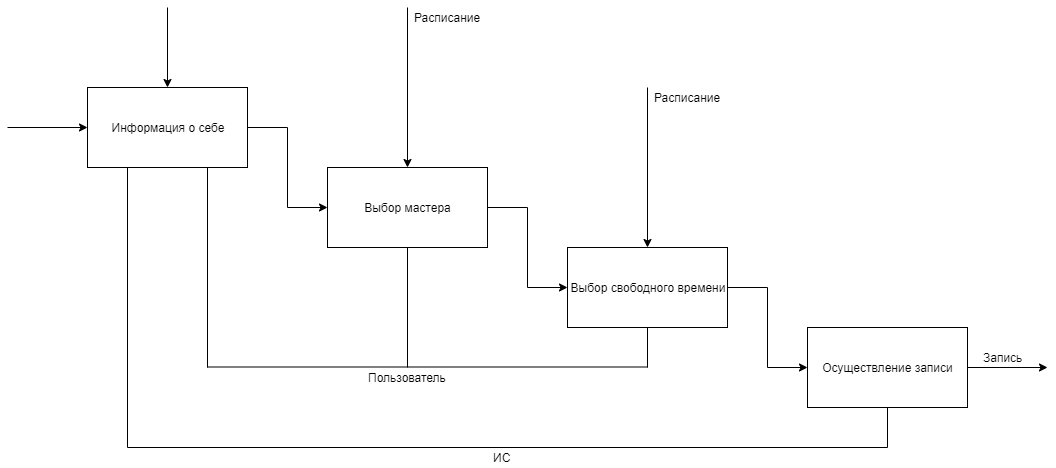
Above: Диаграммы/IDEF0 1ур после автоматизации.png in AntonRakov/vkr (draw.io), before the change. Source tidied: cells renumbered, new cells last; positions are measured from the earlier drawing's top-left corner, leaving out a move shared by most shapes. Source of this version:
```xml
<mxGraphModel>
  <root>
    <mxCell id="0" />
    <mxCell id="1" parent="0" />
    <mxCell id="2" style="edgeStyle=orthogonalEdgeStyle;rounded=0;jettySize=auto;html=1;exitX=1;exitY=0.5;exitDx=0;exitDy=0;entryX=0;entryY=0.5;entryDx=0;entryDy=0;" parent="1" edge="1" source="7" target="11">
      <mxGeometry relative="1" as="geometry" />
    </mxCell>
    <mxCell id="3" style="edgeStyle=orthogonalEdgeStyle;rounded=0;jettySize=auto;html=1;exitX=0;exitY=0.5;exitDx=0;exitDy=0;startArrow=classic;startFill=1;endArrow=none;endFill=0;" parent="1" edge="1" source="7">
      <mxGeometry relative="1" as="geometry">
        <mxPoint y="120" as="targetPoint" />
      </mxGeometry>
    </mxCell>
    <mxCell id="4" style="edgeStyle=orthogonalEdgeStyle;rounded=0;jettySize=auto;html=1;exitX=0.5;exitY=0;exitDx=0;exitDy=0;startArrow=classic;startFill=1;endArrow=none;endFill=0;" parent="1" edge="1" source="7">
      <mxGeometry relative="1" as="geometry">
        <mxPoint x="160" as="targetPoint" />
      </mxGeometry>
    </mxCell>
    <mxCell id="5" style="edgeStyle=orthogonalEdgeStyle;rounded=0;orthogonalLoop=1;jettySize=auto;html=1;exitX=0.5;exitY=1;exitDx=0;exitDy=0;startArrow=none;startFill=0;endArrow=none;endFill=0;" parent="1" edge="1">
      <mxGeometry relative="1" as="geometry">
        <mxPoint x="120" y="160" as="sourcePoint" />
        <mxPoint x="120" y="440" as="targetPoint" />
      </mxGeometry>
    </mxCell>
    <mxCell id="6" style="edgeStyle=orthogonalEdgeStyle;rounded=0;jettySize=auto;html=1;exitX=0.75;exitY=1;exitDx=0;exitDy=0;startArrow=none;startFill=0;endArrow=none;endFill=0;" parent="1" edge="1" source="7">
      <mxGeometry relative="1" as="geometry">
        <mxPoint x="200" y="360" as="targetPoint" />
      </mxGeometry>
    </mxCell>
    <mxCell id="7" value="Информация о себе" style="rounded=0;whiteSpace=wrap;html=1;" parent="1" vertex="1">
      <mxGeometry x="80" y="80" width="160" height="80" as="geometry" />
    </mxCell>
    <mxCell id="8" style="edgeStyle=orthogonalEdgeStyle;rounded=0;jettySize=auto;html=1;exitX=1;exitY=0.5;exitDx=0;exitDy=0;entryX=0;entryY=0.5;entryDx=0;entryDy=0;" parent="1" edge="1" source="11" target="14">
      <mxGeometry relative="1" as="geometry" />
    </mxCell>
    <mxCell id="9" style="edgeStyle=orthogonalEdgeStyle;rounded=0;jettySize=auto;html=1;exitX=0.5;exitY=0;exitDx=0;exitDy=0;startArrow=classic;startFill=1;endArrow=none;endFill=0;" parent="1" edge="1" source="11">
      <mxGeometry relative="1" as="geometry">
        <mxPoint x="400" as="targetPoint" />
      </mxGeometry>
    </mxCell>
    <mxCell id="10" style="edgeStyle=orthogonalEdgeStyle;rounded=0;jettySize=auto;html=1;startArrow=none;startFill=0;endArrow=none;endFill=0;" parent="1" edge="1" source="11">
      <mxGeometry relative="1" as="geometry">
        <mxPoint x="400" y="360" as="targetPoint" />
      </mxGeometry>
    </mxCell>
    <mxCell id="11" value="Выбор мастера" style="rounded=0;whiteSpace=wrap;html=1;" parent="1" vertex="1">
      <mxGeometry x="320" y="160" width="160" height="80" as="geometry" />
    </mxCell>
    <mxCell id="12" style="edgeStyle=orthogonalEdgeStyle;rounded=0;jettySize=auto;html=1;exitX=1;exitY=0.5;exitDx=0;exitDy=0;entryX=0;entryY=0.5;entryDx=0;entryDy=0;" parent="1" edge="1" source="14" target="17">
      <mxGeometry relative="1" as="geometry" />
    </mxCell>
    <mxCell id="13" style="edgeStyle=orthogonalEdgeStyle;rounded=0;jettySize=auto;html=1;startArrow=none;startFill=0;endArrow=none;endFill=0;" parent="1" edge="1" source="14">
      <mxGeometry relative="1" as="geometry">
        <mxPoint x="640" y="360" as="targetPoint" />
      </mxGeometry>
    </mxCell>
    <mxCell id="14" value="Выбор свободного времени" style="rounded=0;whiteSpace=wrap;html=1;" parent="1" vertex="1">
      <mxGeometry x="560" y="240" width="160" height="80" as="geometry" />
    </mxCell>
    <mxCell id="15" style="edgeStyle=orthogonalEdgeStyle;rounded=0;jettySize=auto;html=1;exitX=1;exitY=0.5;exitDx=0;exitDy=0;startArrow=none;startFill=0;endArrow=classic;endFill=1;" parent="1" edge="1" source="17">
      <mxGeometry relative="1" as="geometry">
        <mxPoint x="1040" y="360" as="targetPoint" />
      </mxGeometry>
    </mxCell>
    <mxCell id="16" style="edgeStyle=orthogonalEdgeStyle;rounded=0;jettySize=auto;html=1;startArrow=none;startFill=0;endArrow=none;endFill=0;" parent="1" edge="1" source="17">
      <mxGeometry relative="1" as="geometry">
        <mxPoint x="880" y="440" as="targetPoint" />
      </mxGeometry>
    </mxCell>
    <mxCell id="17" value="Осуществление записи" style="rounded=0;whiteSpace=wrap;html=1;" parent="1" vertex="1">
      <mxGeometry x="800" y="320" width="160" height="80" as="geometry" />
    </mxCell>
    <mxCell id="18" value="Запись" style="text;html=1;align=center;verticalAlign=middle;" parent="1" vertex="1">
      <mxGeometry x="970" y="340" width="50" height="20" as="geometry" />
    </mxCell>
    <mxCell id="19" value="Расписание" style="text;html=1;align=center;verticalAlign=middle;" parent="1" vertex="1">
      <mxGeometry x="400" width="80" height="20" as="geometry" />
    </mxCell>
    <mxCell id="20" style="edgeStyle=orthogonalEdgeStyle;rounded=0;orthogonalLoop=1;jettySize=auto;html=1;exitX=0.5;exitY=0;exitDx=0;exitDy=0;startArrow=classic;startFill=1;endArrow=none;endFill=0;" parent="1" edge="1">
      <mxGeometry relative="1" as="geometry">
        <mxPoint x="640" y="240" as="sourcePoint" />
        <mxPoint x="640" y="80" as="targetPoint" />
      </mxGeometry>
    </mxCell>
    <mxCell id="21" value="Расписание" style="text;html=1;align=center;verticalAlign=middle;" parent="1" vertex="1">
      <mxGeometry x="640" y="80" width="80" height="20" as="geometry" />
    </mxCell>
    <mxCell id="22" value="ИС" style="text;html=1;align=center;verticalAlign=middle;" parent="1" vertex="1">
      <mxGeometry x="480" y="440" width="30" height="20" as="geometry" />
    </mxCell>
    <mxCell id="23" style="endArrow=none;html=1;" parent="1" edge="1">
      <mxGeometry relative="1" as="geometry">
        <mxPoint x="200" y="359.5" as="sourcePoint" />
        <mxPoint x="640" y="359.5" as="targetPoint" />
      </mxGeometry>
    </mxCell>
    <mxCell id="24" value="Пользователь" style="text;html=1;align=center;verticalAlign=middle;" parent="1" vertex="1">
      <mxGeometry x="355" y="360" width="90" height="20" as="geometry" />
    </mxCell>
    <mxCell id="25" style="endArrow=none;html=1;" parent="1" edge="1">
      <mxGeometry relative="1" as="geometry">
        <mxPoint x="120" y="440" as="sourcePoint" />
        <mxPoint x="880" y="440" as="targetPoint" />
      </mxGeometry>
    </mxCell>
  </root>
</mxGraphModel>
```
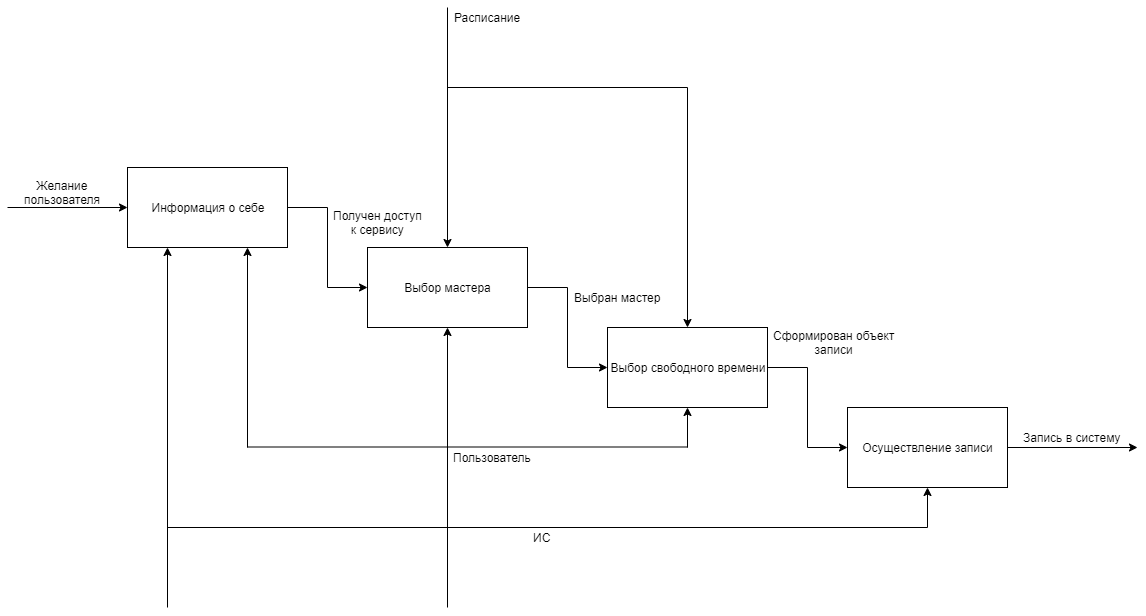
The same file after the commit.

Diff of the diagram source:
```diff
@@ -7,21 +7,16 @@
     </mxCell>
     <mxCell id="3" style="edgeStyle=orthogonalEdgeStyle;rounded=0;jettySize=auto;html=1;exitX=0;exitY=0.5;exitDx=0;exitDy=0;startArrow=classic;startFill=1;endArrow=none;endFill=0;" parent="1" edge="1" source="7">
       <mxGeometry relative="1" as="geometry">
-        <mxPoint y="120" as="targetPoint" />
+        <mxPoint x="-40" y="120" as="targetPoint" />
       </mxGeometry>
     </mxCell>
-    <mxCell id="4" style="edgeStyle=orthogonalEdgeStyle;rounded=0;jettySize=auto;html=1;exitX=0.5;exitY=0;exitDx=0;exitDy=0;startArrow=classic;startFill=1;endArrow=none;endFill=0;" parent="1" edge="1" source="7">
-      <mxGeometry relative="1" as="geometry">
-        <mxPoint x="160" as="targetPoint" />
-      </mxGeometry>
-    </mxCell>
-    <mxCell id="5" style="edgeStyle=orthogonalEdgeStyle;rounded=0;orthogonalLoop=1;jettySize=auto;html=1;exitX=0.5;exitY=1;exitDx=0;exitDy=0;startArrow=none;startFill=0;endArrow=none;endFill=0;" parent="1" edge="1">
+    <mxCell id="5" style="edgeStyle=orthogonalEdgeStyle;rounded=0;orthogonalLoop=1;jettySize=auto;html=1;exitX=0.5;exitY=1;exitDx=0;exitDy=0;startArrow=classic;startFill=1;endArrow=none;endFill=0;" parent="1" edge="1">
       <mxGeometry relative="1" as="geometry">
         <mxPoint x="120" y="160" as="sourcePoint" />
-        <mxPoint x="120" y="440" as="targetPoint" />
+        <mxPoint x="120" y="520" as="targetPoint" />
       </mxGeometry>
     </mxCell>
-    <mxCell id="6" style="edgeStyle=orthogonalEdgeStyle;rounded=0;jettySize=auto;html=1;exitX=0.75;exitY=1;exitDx=0;exitDy=0;startArrow=none;startFill=0;endArrow=none;endFill=0;" parent="1" edge="1" source="7">
+    <mxCell id="6" style="edgeStyle=orthogonalEdgeStyle;rounded=0;jettySize=auto;html=1;exitX=0.75;exitY=1;exitDx=0;exitDy=0;startArrow=classic;startFill=1;endArrow=none;endFill=0;" parent="1" edge="1" source="7">
       <mxGeometry relative="1" as="geometry">
         <mxPoint x="200" y="360" as="targetPoint" />
       </mxGeometry>
@@ -34,12 +29,12 @@
     </mxCell>
     <mxCell id="9" style="edgeStyle=orthogonalEdgeStyle;rounded=0;jettySize=auto;html=1;exitX=0.5;exitY=0;exitDx=0;exitDy=0;startArrow=classic;startFill=1;endArrow=none;endFill=0;" parent="1" edge="1" source="11">
       <mxGeometry relative="1" as="geometry">
-        <mxPoint x="400" as="targetPoint" />
+        <mxPoint x="400" y="-80" as="targetPoint" />
       </mxGeometry>
     </mxCell>
-    <mxCell id="10" style="edgeStyle=orthogonalEdgeStyle;rounded=0;jettySize=auto;html=1;startArrow=none;startFill=0;endArrow=none;endFill=0;" parent="1" edge="1" source="11">
+    <mxCell id="10" style="edgeStyle=orthogonalEdgeStyle;rounded=0;jettySize=auto;html=1;startArrow=classic;startFill=1;endArrow=none;endFill=0;" parent="1" edge="1" source="11">
       <mxGeometry relative="1" as="geometry">
-        <mxPoint x="400" y="360" as="targetPoint" />
+        <mxPoint x="400" y="520" as="targetPoint" />
       </mxGeometry>
     </mxCell>
     <mxCell id="11" value="Выбор мастера" style="rounded=0;whiteSpace=wrap;html=1;" parent="1" vertex="1">
@@ -48,7 +43,7 @@
     <mxCell id="12" style="edgeStyle=orthogonalEdgeStyle;rounded=0;jettySize=auto;html=1;exitX=1;exitY=0.5;exitDx=0;exitDy=0;entryX=0;entryY=0.5;entryDx=0;entryDy=0;" parent="1" edge="1" source="14" target="17">
       <mxGeometry relative="1" as="geometry" />
     </mxCell>
-    <mxCell id="13" style="edgeStyle=orthogonalEdgeStyle;rounded=0;jettySize=auto;html=1;startArrow=none;startFill=0;endArrow=none;endFill=0;" parent="1" edge="1" source="14">
+    <mxCell id="13" style="edgeStyle=orthogonalEdgeStyle;rounded=0;jettySize=auto;html=1;startArrow=classic;startFill=1;endArrow=none;endFill=0;" parent="1" edge="1" source="14">
       <mxGeometry relative="1" as="geometry">
         <mxPoint x="640" y="360" as="targetPoint" />
       </mxGeometry>
@@ -58,10 +53,10 @@
     </mxCell>
     <mxCell id="15" style="edgeStyle=orthogonalEdgeStyle;rounded=0;jettySize=auto;html=1;exitX=1;exitY=0.5;exitDx=0;exitDy=0;startArrow=none;startFill=0;endArrow=classic;endFill=1;" parent="1" edge="1" source="17">
       <mxGeometry relative="1" as="geometry">
-        <mxPoint x="1040" y="360" as="targetPoint" />
+        <mxPoint x="1090" y="360" as="targetPoint" />
       </mxGeometry>
     </mxCell>
-    <mxCell id="16" style="edgeStyle=orthogonalEdgeStyle;rounded=0;jettySize=auto;html=1;startArrow=none;startFill=0;endArrow=none;endFill=0;" parent="1" edge="1" source="17">
+    <mxCell id="16" style="edgeStyle=orthogonalEdgeStyle;rounded=0;jettySize=auto;html=1;startArrow=classic;startFill=1;endArrow=none;endFill=0;" parent="1" edge="1" source="17">
       <mxGeometry relative="1" as="geometry">
         <mxPoint x="880" y="440" as="targetPoint" />
       </mxGeometry>
@@ -69,20 +64,17 @@
     <mxCell id="17" value="Осуществление записи" style="rounded=0;whiteSpace=wrap;html=1;" parent="1" vertex="1">
       <mxGeometry x="800" y="320" width="160" height="80" as="geometry" />
     </mxCell>
-    <mxCell id="18" value="Запись" style="text;html=1;align=center;verticalAlign=middle;" parent="1" vertex="1">
-      <mxGeometry x="970" y="340" width="50" height="20" as="geometry" />
+    <mxCell id="18" value="Запись в систему" style="text;html=1;align=center;verticalAlign=middle;" parent="1" vertex="1">
+      <mxGeometry x="970" y="340" width="110" height="20" as="geometry" />
     </mxCell>
-    <mxCell id="19" value="Расписание" style="text;html=1;align=center;verticalAlign=middle;" parent="1" vertex="1">
-      <mxGeometry x="400" width="80" height="20" as="geometry" />
-    </mxCell>
     <mxCell id="20" style="edgeStyle=orthogonalEdgeStyle;rounded=0;orthogonalLoop=1;jettySize=auto;html=1;exitX=0.5;exitY=0;exitDx=0;exitDy=0;startArrow=classic;startFill=1;endArrow=none;endFill=0;" parent="1" edge="1">
       <mxGeometry relative="1" as="geometry">
         <mxPoint x="640" y="240" as="sourcePoint" />
-        <mxPoint x="640" y="80" as="targetPoint" />
+        <mxPoint x="640" as="targetPoint" />
       </mxGeometry>
     </mxCell>
     <mxCell id="21" value="Расписание" style="text;html=1;align=center;verticalAlign=middle;" parent="1" vertex="1">
-      <mxGeometry x="640" y="80" width="80" height="20" as="geometry" />
+      <mxGeometry x="400" y="-80" width="80" height="20" as="geometry" />
     </mxCell>
     <mxCell id="22" value="ИС" style="text;html=1;align=center;verticalAlign=middle;" parent="1" vertex="1">
       <mxGeometry x="480" y="440" width="30" height="20" as="geometry" />
@@ -94,7 +86,7 @@
       </mxGeometry>
     </mxCell>
     <mxCell id="24" value="Пользователь" style="text;html=1;align=center;verticalAlign=middle;" parent="1" vertex="1">
-      <mxGeometry x="355" y="360" width="90" height="20" as="geometry" />
+      <mxGeometry x="400" y="360" width="90" height="20" as="geometry" />
     </mxCell>
     <mxCell id="25" style="endArrow=none;html=1;" parent="1" edge="1">
       <mxGeometry relative="1" as="geometry">
@@ -102,5 +94,23 @@
         <mxPoint x="880" y="440" as="targetPoint" />
       </mxGeometry>
     </mxCell>
+    <mxCell id="26" style="endArrow=none;html=1;" parent="1" edge="1">
+      <mxGeometry relative="1" as="geometry">
+        <mxPoint x="400" as="sourcePoint" />
+        <mxPoint x="640" as="targetPoint" />
+      </mxGeometry>
+    </mxCell>
+    <mxCell id="27" value="Желание&lt;br&gt;пользователя" style="text;html=1;align=center;verticalAlign=middle;" parent="1" vertex="1">
+      <mxGeometry x="-30" y="90" width="90" height="30" as="geometry" />
+    </mxCell>
+    <mxCell id="28" value="Получен доступ&lt;br&gt;к сервису" style="text;html=1;align=center;verticalAlign=middle;" parent="1" vertex="1">
+      <mxGeometry x="280" y="120" width="100" height="30" as="geometry" />
+    </mxCell>
+    <mxCell id="29" value="Выбран мастер" style="text;html=1;align=center;verticalAlign=middle;" parent="1" vertex="1">
+      <mxGeometry x="520" y="200" width="100" height="20" as="geometry" />
+    </mxCell>
+    <mxCell id="30" value="Сформирован объект&lt;br&gt;записи" style="text;html=1;align=center;verticalAlign=middle;" parent="1" vertex="1">
+      <mxGeometry x="716.5" y="240" width="140" height="30" as="geometry" />
+    </mxCell>
   </root>
 </mxGraphModel>
```
